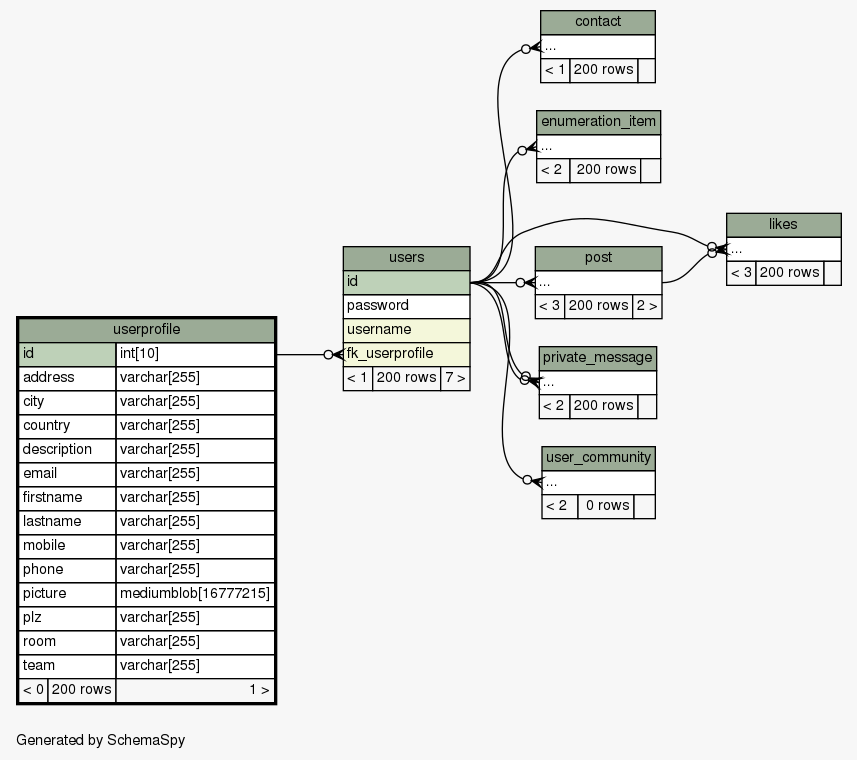
Earlier version of the Graphviz export doc/db_schema/diagrams/userprofile.2degrees.png (chr-krenn/chr-krenn-fhj-ws2017-sd17-pse). Its source is kept beside it as doc/db_schema/diagrams/userprofile.2degrees.dot.
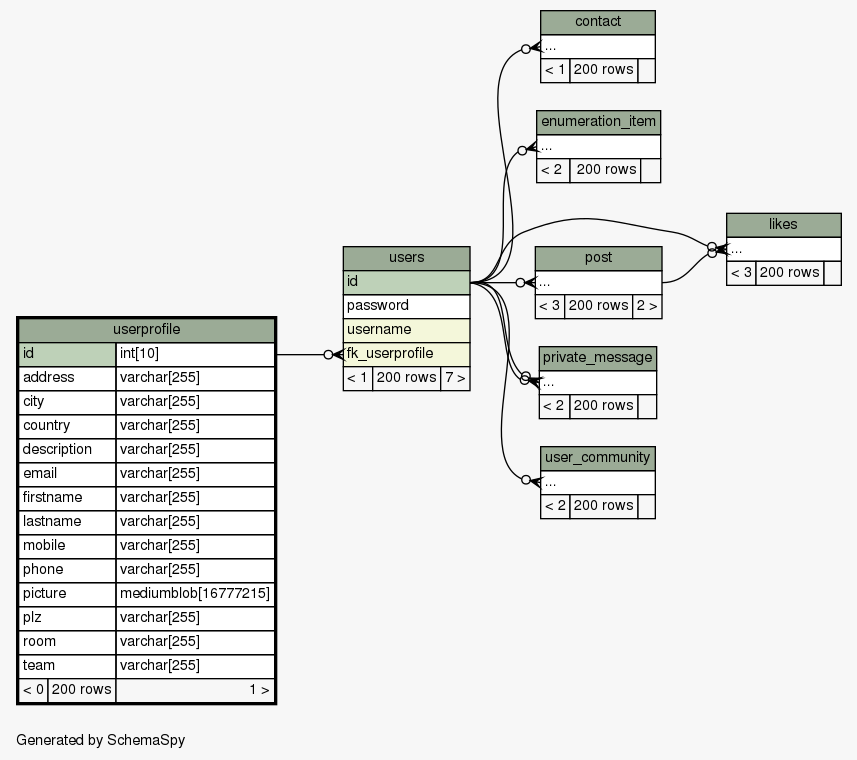
Above is the later version.

Diff of the diagram source:
```diff
@@ -81,7 +81,7 @@
     <TABLE BORDER="0" CELLBORDER="1" CELLSPACING="0" BGCOLOR="#ffffff">
       <TR><TD COLSPAN="3" BGCOLOR="#9bab96" ALIGN="CENTER">user_community</TD></TR>
       <TR><TD PORT="elipses" COLSPAN="3" ALIGN="LEFT">...</TD></TR>
-      <TR><TD ALIGN="LEFT" BGCOLOR="#f7f7f7">&lt; 2</TD><TD ALIGN="RIGHT" BGCOLOR="#f7f7f7">0 rows</TD><TD ALIGN="RIGHT" BGCOLOR="#f7f7f7">  </TD></TR>
+      <TR><TD ALIGN="LEFT" BGCOLOR="#f7f7f7">&lt; 2</TD><TD ALIGN="RIGHT" BGCOLOR="#f7f7f7">200 rows</TD><TD ALIGN="RIGHT" BGCOLOR="#f7f7f7">  </TD></TR>
     </TABLE>>
     URL="user_community.html"
     tooltip="user_community"
```
